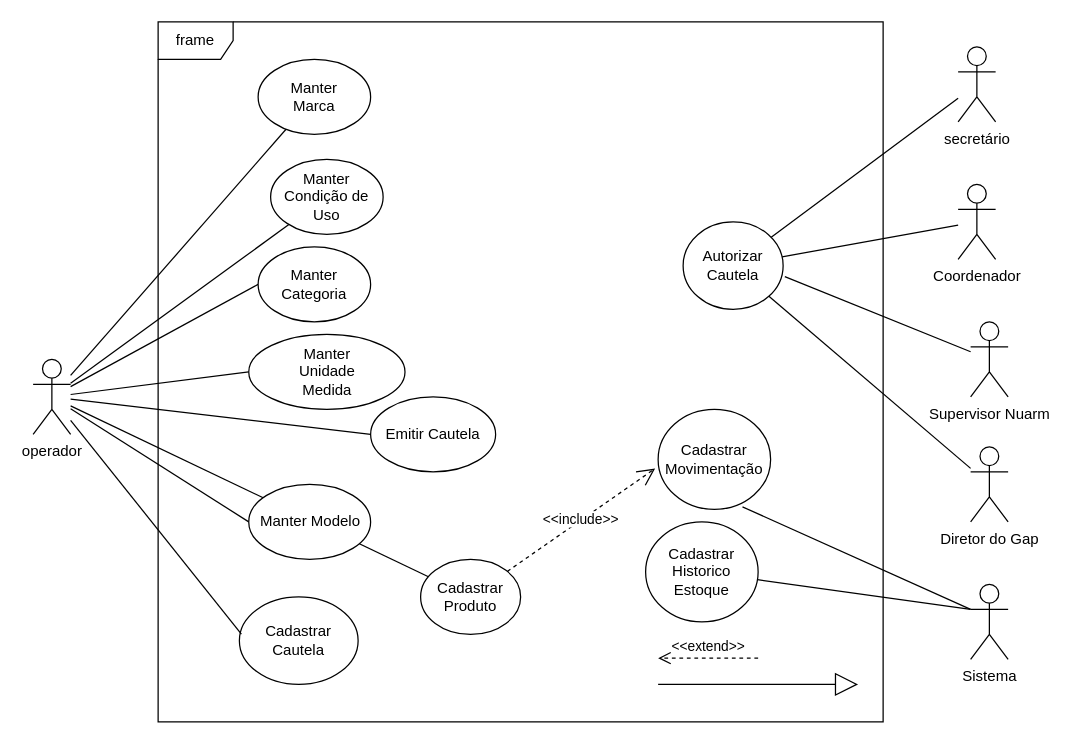
Above: Caso de Uso Hefestos.drawio in luzardofonseca/draw.io (draw.io), before the change. Source tidied: cells renumbered, new cells numbered last; positions are measured from the earlier drawing's top-left corner, leaving out a move shared by most shapes. Both pictures are drawn from the tidied source at 125%, with x=0, y=0 at pixel (32, 21).
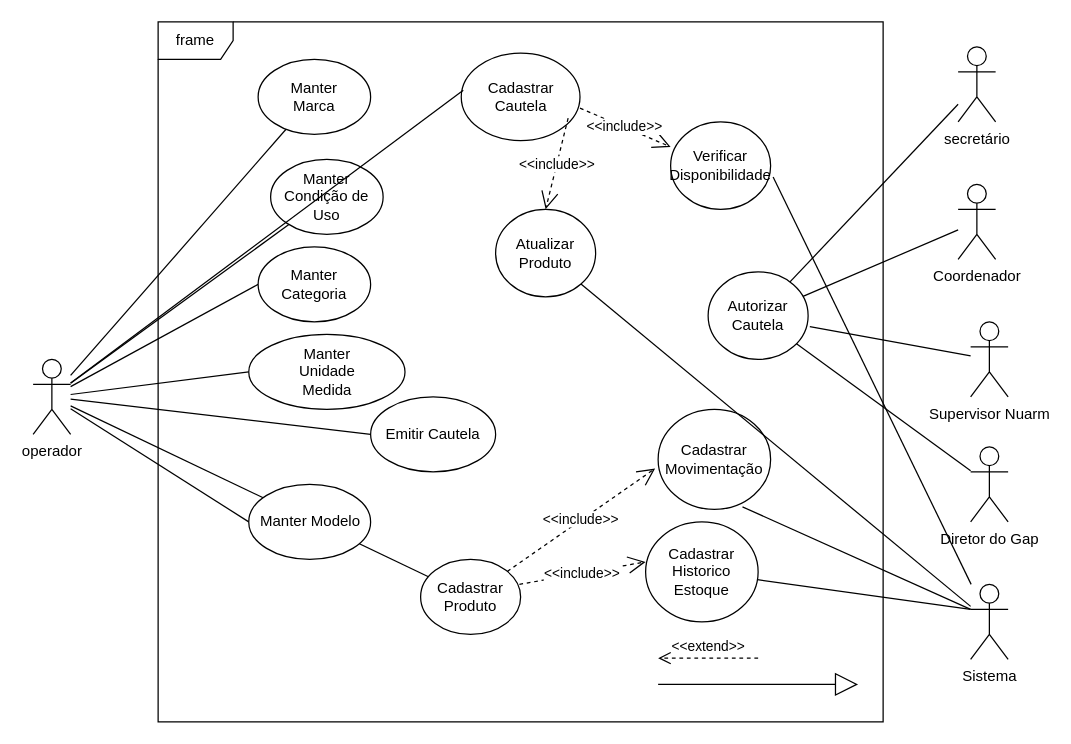
The same diagram, later.

The change refers to these unchanged cells:
```xml
<mxCell id="34" value="Sistema" style="shape=umlActor;verticalLabelPosition=bottom;verticalAlign=top;html=1;" parent="1" vertex="1">
  <mxGeometry x="750" y="450" width="30" height="60" as="geometry" />
</mxCell>
<mxCell id="36" value="Cadastrar&lt;br&gt;Historico&lt;br&gt;Estoque" style="ellipse;whiteSpace=wrap;html=1;" parent="1" vertex="1">
  <mxGeometry x="490" y="400" width="90" height="80" as="geometry" />
</mxCell>
```

Diff of the diagram source:
```diff
@@
     <mxCell id="18" value="Autorizar Cautela" style="ellipse;whiteSpace=wrap;html=1;" parent="1" vertex="1">
-      <mxGeometry x="520" y="160" width="80" height="70" as="geometry" />
+      <mxGeometry x="540" y="200" width="80" height="70" as="geometry" />
     </mxCell>
@@
     <mxCell id="25" value="Cadastrar Cautela" style="ellipse;whiteSpace=wrap;html=1;" parent="1" vertex="1">
-      <mxGeometry x="165" y="460" width="95" height="70" as="geometry" />
+      <mxGeometry x="342.5" y="25" width="95" height="70" as="geometry" />
     </mxCell>
@@
+    <mxCell id="37" style="rounded=0;jettySize=auto;html=1;entryX=1;entryY=1;entryDx=0;entryDy=0;endArrow=none;endFill=0;" parent="1" edge="1" source="34" target="41">
+      <mxGeometry relative="1" as="geometry" />
+    </mxCell>
@@
+    <mxCell id="38" value="&amp;lt;&amp;lt;include&amp;gt;&amp;gt;" style="endArrow=open;endSize=12;dashed=1;html=1;rounded=0;entryX=0;entryY=0.4;entryDx=0;entryDy=0;entryPerimeter=0;" parent="1" edge="1" target="36">
+      <mxGeometry relative="1" as="geometry">
+        <mxPoint x="389" y="450" as="sourcePoint" />
+      </mxGeometry>
+    </mxCell>
+    <mxCell id="39" value="&amp;lt;&amp;lt;include&amp;gt;&amp;gt;" style="endArrow=open;endSize=12;dashed=1;html=1;rounded=0;entryX=0;entryY=0.286;entryDx=0;entryDy=0;entryPerimeter=0;" parent="1" edge="1" target="40">
+      <mxGeometry relative="1" as="geometry">
+        <mxPoint x="437.5" y="69" as="sourcePoint" />
+      </mxGeometry>
+    </mxCell>
+    <mxCell id="40" value="Verificar Disponibilidade&lt;br&gt;" style="ellipse;whiteSpace=wrap;html=1;" parent="1" vertex="1">
+      <mxGeometry x="510" y="80" width="80" height="70" as="geometry" />
+    </mxCell>
+    <mxCell id="41" value="Atualizar Produto" style="ellipse;whiteSpace=wrap;html=1;" parent="1" vertex="1">
+      <mxGeometry x="370" y="150" width="80" height="70" as="geometry" />
+    </mxCell>
+    <mxCell id="42" value="&amp;lt;&amp;lt;include&amp;gt;&amp;gt;" style="endArrow=open;endSize=12;dashed=1;html=1;rounded=0;exitX=0.9;exitY=0.743;exitDx=0;exitDy=0;exitPerimeter=0;entryX=0.5;entryY=0;entryDx=0;entryDy=0;" parent="1" edge="1" source="25" target="41">
+      <mxGeometry relative="1" as="geometry" />
+    </mxCell>
+    <mxCell id="43" style="rounded=0;jettySize=auto;html=1;entryX=1.025;entryY=0.629;entryDx=0;entryDy=0;entryPerimeter=0;endArrow=none;endFill=0;" parent="1" edge="1" source="34" target="40">
+      <mxGeometry relative="1" as="geometry" />
+    </mxCell>
```
